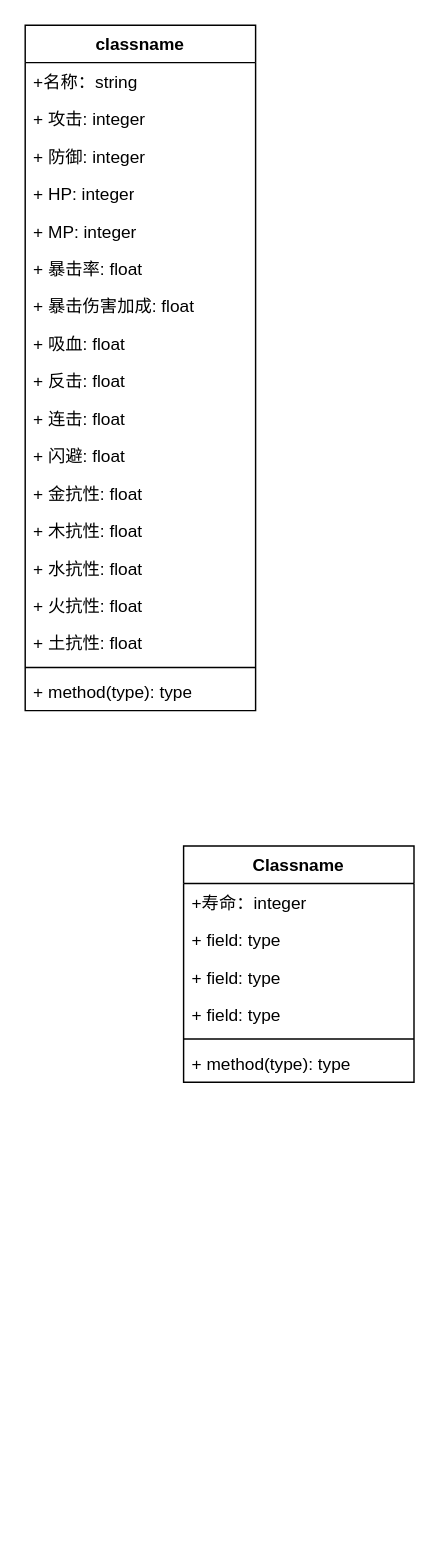
This is page "Page-2" (2 of 3) of Drawio/class-diagram.drawio from lvxingzhe32/IDLE-Game, a draw.io file, before an edit. Source tidied: cells renumbered, new cells numbered last; positions are measured from the earlier drawing's top-left corner, leaving out a move shared by most shapes. Both pictures are drawn from the tidied source at 144%, with x=0, y=0 at pixel (24, 24).
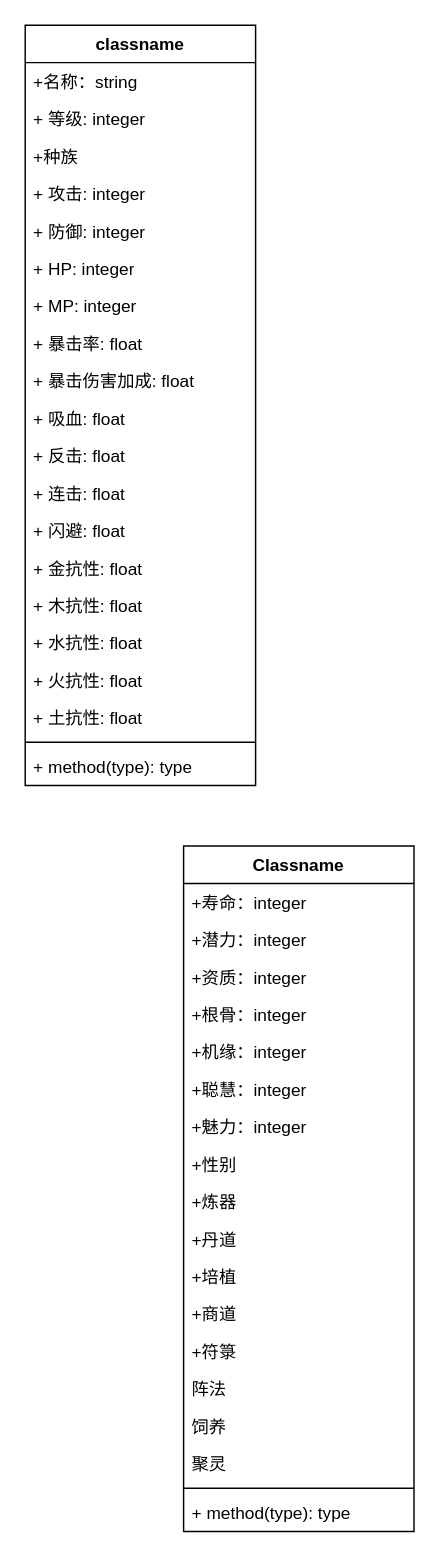
After the change.

What changed in the source:
```diff
@@
     <mxCell id="2" value="classname" style="swimlane;fontStyle=1;align=center;verticalAlign=top;horizontal=1;startSize=26;whiteSpace=wrap;html=1;" parent="1" vertex="1">
-      <mxGeometry width="160" height="476" as="geometry" />
+      <mxGeometry width="160" height="528" as="geometry" />
     </mxCell>
@@
+    <mxCell id="28" value="+ 等级: integer" style="text;strokeColor=none;fillColor=none;align=left;verticalAlign=top;spacingLeft=4;spacingRight=4;overflow=hidden;whiteSpace=wrap;html=1;" parent="2" vertex="1">
+      <mxGeometry y="52" width="160" height="26" as="geometry" />
+    </mxCell>
+    <mxCell id="29" value="+种族" style="text;strokeColor=none;fillColor=none;align=left;verticalAlign=top;spacingLeft=4;spacingRight=4;overflow=hidden;whiteSpace=wrap;html=1;" parent="2" vertex="1">
+      <mxGeometry y="78" width="160" height="26" as="geometry" />
+    </mxCell>
     <mxCell id="4" value="+ 攻击: integer" style="text;strokeColor=none;fillColor=none;align=left;verticalAlign=top;spacingLeft=4;spacingRight=4;overflow=hidden;whiteSpace=wrap;html=1;" parent="2" vertex="1">
-      <mxGeometry y="52" width="160" height="26" as="geometry" />
+      <mxGeometry y="104" width="160" height="26" as="geometry" />
     </mxCell>
     <mxCell id="5" value="+ 防御: integer" style="text;strokeColor=none;fillColor=none;align=left;verticalAlign=top;spacingLeft=4;spacingRight=4;overflow=hidden;whiteSpace=wrap;html=1;" parent="2" vertex="1">
-      <mxGeometry y="78" width="160" height="26" as="geometry" />
+      <mxGeometry y="130" width="160" height="26" as="geometry" />
     </mxCell>
     <mxCell id="6" value="+ HP: integer" style="text;strokeColor=none;fillColor=none;align=left;verticalAlign=top;spacingLeft=4;spacingRight=4;overflow=hidden;whiteSpace=wrap;html=1;" parent="2" vertex="1">
-      <mxGeometry y="104" width="160" height="26" as="geometry" />
+      <mxGeometry y="156" width="160" height="26" as="geometry" />
     </mxCell>
     <mxCell id="7" value="+ MP: integer" style="text;strokeColor=none;fillColor=none;align=left;verticalAlign=top;spacingLeft=4;spacingRight=4;overflow=hidden;whiteSpace=wrap;html=1;" parent="2" vertex="1">
-      <mxGeometry y="130" width="160" height="26" as="geometry" />
+      <mxGeometry y="182" width="160" height="26" as="geometry" />
     </mxCell>
     <mxCell id="8" value="+ 暴击率: float" style="text;strokeColor=none;fillColor=none;align=left;verticalAlign=top;spacingLeft=4;spacingRight=4;overflow=hidden;whiteSpace=wrap;html=1;" parent="2" vertex="1">
-      <mxGeometry y="156" width="160" height="26" as="geometry" />
+      <mxGeometry y="208" width="160" height="26" as="geometry" />
     </mxCell>
     <mxCell id="9" value="+ 暴击伤害加成: float" style="text;strokeColor=none;fillColor=none;align=left;verticalAlign=top;spacingLeft=4;spacingRight=4;overflow=hidden;whiteSpace=wrap;html=1;" parent="2" vertex="1">
-      <mxGeometry y="182" width="160" height="26" as="geometry" />
+      <mxGeometry y="234" width="160" height="26" as="geometry" />
     </mxCell>
     <mxCell id="10" value="+ 吸血: float" style="text;strokeColor=none;fillColor=none;align=left;verticalAlign=top;spacingLeft=4;spacingRight=4;overflow=hidden;whiteSpace=wrap;html=1;" parent="2" vertex="1">
-      <mxGeometry y="208" width="160" height="26" as="geometry" />
+      <mxGeometry y="260" width="160" height="26" as="geometry" />
     </mxCell>
     <mxCell id="11" value="+ 反击: float" style="text;strokeColor=none;fillColor=none;align=left;verticalAlign=top;spacingLeft=4;spacingRight=4;overflow=hidden;whiteSpace=wrap;html=1;" parent="2" vertex="1">
-      <mxGeometry y="234" width="160" height="26" as="geometry" />
+      <mxGeometry y="286" width="160" height="26" as="geometry" />
     </mxCell>
     <mxCell id="12" value="+ 连击: float" style="text;strokeColor=none;fillColor=none;align=left;verticalAlign=top;spacingLeft=4;spacingRight=4;overflow=hidden;whiteSpace=wrap;html=1;" parent="2" vertex="1">
-      <mxGeometry y="260" width="160" height="26" as="geometry" />
+      <mxGeometry y="312" width="160" height="26" as="geometry" />
     </mxCell>
     <mxCell id="13" value="+ 闪避: float" style="text;strokeColor=none;fillColor=none;align=left;verticalAlign=top;spacingLeft=4;spacingRight=4;overflow=hidden;whiteSpace=wrap;html=1;" parent="2" vertex="1">
-      <mxGeometry y="286" width="160" height="26" as="geometry" />
+      <mxGeometry y="338" width="160" height="26" as="geometry" />
     </mxCell>
     <mxCell id="14" value="+ 金抗性: float" style="text;strokeColor=none;fillColor=none;align=left;verticalAlign=top;spacingLeft=4;spacingRight=4;overflow=hidden;whiteSpace=wrap;html=1;" parent="2" vertex="1">
-      <mxGeometry y="312" width="160" height="26" as="geometry" />
+      <mxGeometry y="364" width="160" height="26" as="geometry" />
     </mxCell>
     <mxCell id="15" value="+ 木抗性: float" style="text;strokeColor=none;fillColor=none;align=left;verticalAlign=top;spacingLeft=4;spacingRight=4;overflow=hidden;whiteSpace=wrap;html=1;" parent="2" vertex="1">
-      <mxGeometry y="338" width="160" height="26" as="geometry" />
+      <mxGeometry y="390" width="160" height="26" as="geometry" />
     </mxCell>
     <mxCell id="16" value="+ 水抗性: float" style="text;strokeColor=none;fillColor=none;align=left;verticalAlign=top;spacingLeft=4;spacingRight=4;overflow=hidden;whiteSpace=wrap;html=1;" parent="2" vertex="1">
-      <mxGeometry y="364" width="160" height="26" as="geometry" />
+      <mxGeometry y="416" width="160" height="26" as="geometry" />
     </mxCell>
     <mxCell id="17" value="+ 火抗性: float" style="text;strokeColor=none;fillColor=none;align=left;verticalAlign=top;spacingLeft=4;spacingRight=4;overflow=hidden;whiteSpace=wrap;html=1;" parent="2" vertex="1">
-      <mxGeometry y="390" width="160" height="26" as="geometry" />
+      <mxGeometry y="442" width="160" height="26" as="geometry" />
     </mxCell>
     <mxCell id="18" value="+ 土抗性: float" style="text;strokeColor=none;fillColor=none;align=left;verticalAlign=top;spacingLeft=4;spacingRight=4;overflow=hidden;whiteSpace=wrap;html=1;" parent="2" vertex="1">
-      <mxGeometry y="416" width="160" height="26" as="geometry" />
+      <mxGeometry y="468" width="160" height="26" as="geometry" />
     </mxCell>
     <mxCell id="19" style="line;strokeWidth=1;fillColor=none;align=left;verticalAlign=middle;spacingTop=-1;spacingLeft=3;spacingRight=3;labelPosition=right;strokeColor=inherit;" parent="2" vertex="1">
-      <mxGeometry y="442" width="160" height="8" as="geometry" />
+      <mxGeometry y="494" width="160" height="8" as="geometry" />
     </mxCell>
     <mxCell id="20" value="+ method(type): type" style="text;strokeColor=none;fillColor=none;align=left;verticalAlign=top;spacingLeft=4;spacingRight=4;overflow=hidden;whiteSpace=wrap;html=1;" parent="2" vertex="1">
-      <mxGeometry y="450" width="160" height="26" as="geometry" />
+      <mxGeometry y="502" width="160" height="26" as="geometry" />
     </mxCell>
     <mxCell id="21" value="Classname" style="swimlane;fontStyle=1;align=center;verticalAlign=top;horizontal=1;startSize=26;whiteSpace=wrap;html=1;" parent="1" vertex="1">
-      <mxGeometry x="110" y="570" width="160" height="164" as="geometry" />
+      <mxGeometry x="110" y="570" width="160" height="476" as="geometry" />
     </mxCell>
@@
-    <mxCell id="23" value="+ field: type" style="text;strokeColor=none;fillColor=none;align=left;verticalAlign=top;spacingLeft=4;spacingRight=4;overflow=hidden;whiteSpace=wrap;html=1;" parent="21" vertex="1">
+    <mxCell id="23" value="+潜力：integer" style="text;strokeColor=none;fillColor=none;align=left;verticalAlign=top;spacingLeft=4;spacingRight=4;overflow=hidden;whiteSpace=wrap;html=1;" parent="21" vertex="1">
       <mxGeometry y="52" width="160" height="26" as="geometry" />
     </mxCell>
-    <mxCell id="24" value="+ field: type" style="text;strokeColor=none;fillColor=none;align=left;verticalAlign=top;spacingLeft=4;spacingRight=4;overflow=hidden;whiteSpace=wrap;html=1;" parent="21" vertex="1">
+    <mxCell id="24" value="+资质：integer" style="text;strokeColor=none;fillColor=none;align=left;verticalAlign=top;spacingLeft=4;spacingRight=4;overflow=hidden;whiteSpace=wrap;html=1;" parent="21" vertex="1">
       <mxGeometry y="78" width="160" height="26" as="geometry" />
     </mxCell>
-    <mxCell id="25" value="+ field: type" style="text;strokeColor=none;fillColor=none;align=left;verticalAlign=top;spacingLeft=4;spacingRight=4;overflow=hidden;whiteSpace=wrap;html=1;" parent="21" vertex="1">
+    <mxCell id="25" value="+根骨：integer" style="text;strokeColor=none;fillColor=none;align=left;verticalAlign=top;spacingLeft=4;spacingRight=4;overflow=hidden;whiteSpace=wrap;html=1;" parent="21" vertex="1">
       <mxGeometry y="104" width="160" height="26" as="geometry" />
     </mxCell>
+    <mxCell id="30" value="+机缘：integer" style="text;strokeColor=none;fillColor=none;align=left;verticalAlign=top;spacingLeft=4;spacingRight=4;overflow=hidden;whiteSpace=wrap;html=1;" parent="21" vertex="1">
+      <mxGeometry y="130" width="160" height="26" as="geometry" />
+    </mxCell>
+    <mxCell id="31" value="+聪慧：integer" style="text;strokeColor=none;fillColor=none;align=left;verticalAlign=top;spacingLeft=4;spacingRight=4;overflow=hidden;whiteSpace=wrap;html=1;" parent="21" vertex="1">
+      <mxGeometry y="156" width="160" height="26" as="geometry" />
+    </mxCell>
+    <mxCell id="32" value="+魅力：integer" style="text;strokeColor=none;fillColor=none;align=left;verticalAlign=top;spacingLeft=4;spacingRight=4;overflow=hidden;whiteSpace=wrap;html=1;" parent="21" vertex="1">
+      <mxGeometry y="182" width="160" height="26" as="geometry" />
+    </mxCell>
+    <mxCell id="33" value="+性别" style="text;strokeColor=none;fillColor=none;align=left;verticalAlign=top;spacingLeft=4;spacingRight=4;overflow=hidden;whiteSpace=wrap;html=1;" parent="21" vertex="1">
+      <mxGeometry y="208" width="160" height="26" as="geometry" />
+    </mxCell>
+    <mxCell id="34" value="+炼器" style="text;strokeColor=none;fillColor=none;align=left;verticalAlign=top;spacingLeft=4;spacingRight=4;overflow=hidden;whiteSpace=wrap;html=1;" parent="21" vertex="1">
+      <mxGeometry y="234" width="160" height="26" as="geometry" />
+    </mxCell>
+    <mxCell id="35" value="+丹道" style="text;strokeColor=none;fillColor=none;align=left;verticalAlign=top;spacingLeft=4;spacingRight=4;overflow=hidden;whiteSpace=wrap;html=1;" parent="21" vertex="1">
+      <mxGeometry y="260" width="160" height="26" as="geometry" />
+    </mxCell>
+    <mxCell id="36" value="+培植" style="text;strokeColor=none;fillColor=none;align=left;verticalAlign=top;spacingLeft=4;spacingRight=4;overflow=hidden;whiteSpace=wrap;html=1;" parent="21" vertex="1">
+      <mxGeometry y="286" width="160" height="26" as="geometry" />
+    </mxCell>
+    <mxCell id="37" value="+商道" style="text;strokeColor=none;fillColor=none;align=left;verticalAlign=top;spacingLeft=4;spacingRight=4;overflow=hidden;whiteSpace=wrap;html=1;" parent="21" vertex="1">
+      <mxGeometry y="312" width="160" height="26" as="geometry" />
+    </mxCell>
+    <mxCell id="38" value="+符箓" style="text;strokeColor=none;fillColor=none;align=left;verticalAlign=top;spacingLeft=4;spacingRight=4;overflow=hidden;whiteSpace=wrap;html=1;" parent="21" vertex="1">
+      <mxGeometry y="338" width="160" height="26" as="geometry" />
+    </mxCell>
+    <mxCell id="39" value="阵法" style="text;strokeColor=none;fillColor=none;align=left;verticalAlign=top;spacingLeft=4;spacingRight=4;overflow=hidden;whiteSpace=wrap;html=1;" parent="21" vertex="1">
+      <mxGeometry y="364" width="160" height="26" as="geometry" />
+    </mxCell>
+    <mxCell id="40" value="饲养" style="text;strokeColor=none;fillColor=none;align=left;verticalAlign=top;spacingLeft=4;spacingRight=4;overflow=hidden;whiteSpace=wrap;html=1;" parent="21" vertex="1">
+      <mxGeometry y="390" width="160" height="26" as="geometry" />
+    </mxCell>
+    <mxCell id="41" value="聚灵" style="text;strokeColor=none;fillColor=none;align=left;verticalAlign=top;spacingLeft=4;spacingRight=4;overflow=hidden;whiteSpace=wrap;html=1;" parent="21" vertex="1">
+      <mxGeometry y="416" width="160" height="26" as="geometry" />
+    </mxCell>
     <mxCell id="26" style="line;strokeWidth=1;fillColor=none;align=left;verticalAlign=middle;spacingTop=-1;spacingLeft=3;spacingRight=3;labelPosition=right;strokeColor=inherit;" parent="21" vertex="1">
-      <mxGeometry y="130" width="160" height="8" as="geometry" />
+      <mxGeometry y="442" width="160" height="8" as="geometry" />
     </mxCell>
     <mxCell id="27" value="+ method(type): type" style="text;strokeColor=none;fillColor=none;align=left;verticalAlign=top;spacingLeft=4;spacingRight=4;overflow=hidden;whiteSpace=wrap;html=1;" parent="21" vertex="1">
-      <mxGeometry y="138" width="160" height="26" as="geometry" />
+      <mxGeometry y="450" width="160" height="26" as="geometry" />
     </mxCell>
```
